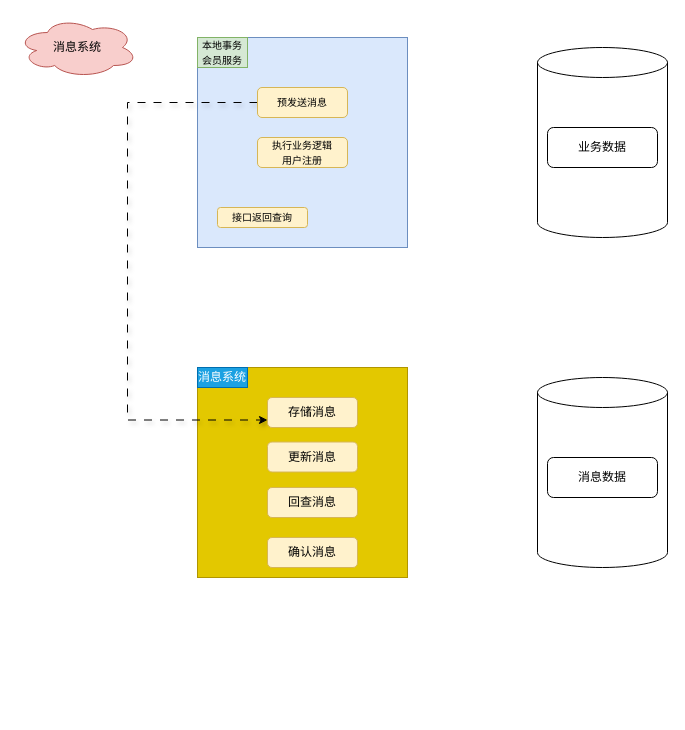
Before: 数据库事务系列05-基于消息系统实现分布式事务的最终一致性.drawio in zhaoqiangithub/draw.io, a draw.io diagram. Source tidied: cells renumbered, new cells numbered last; positions are measured from the earlier drawing's top-left corner, leaving out a move shared by most shapes. Both pictures are drawn from the tidied source at 100%, with x=0, y=0 at pixel (17, 17).
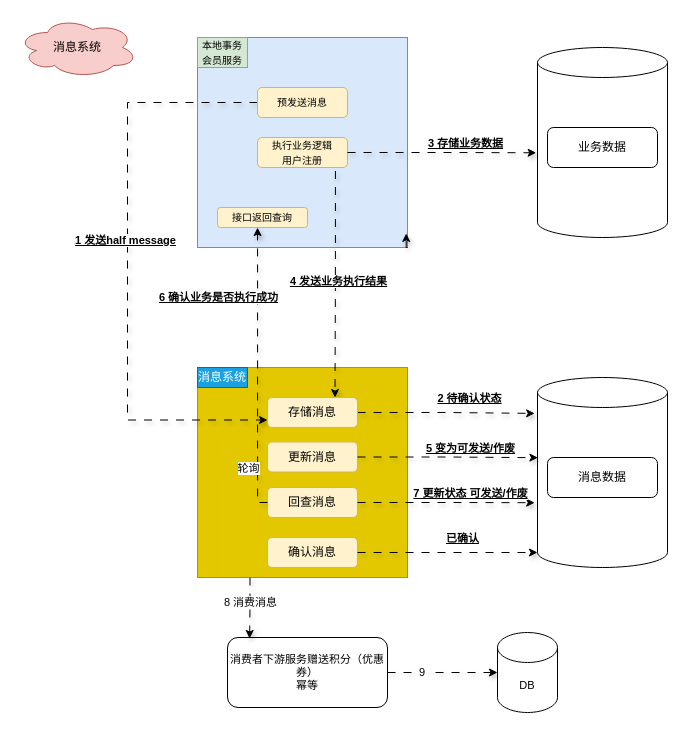
After the change.

Commit message:
完成-更新数据库事务系列05-基于消息系统实现分布式事务的最终一致性.drawio

The change refers to these unchanged cells:
```xml
<mxCell id="3" style="whiteSpace=wrap;html=1;fillColor=#dae8fc;strokeColor=#6c8ebf;" parent="1" vertex="1">
  <mxGeometry x="180" y="20" width="210" height="210" as="geometry" />
</mxCell>
<mxCell id="4" style="whiteSpace=wrap;html=1;fillColor=#e3c800;strokeColor=#B09500;fontColor=#000000;" parent="1" vertex="1">
  <mxGeometry x="180" y="350" width="210" height="210" as="geometry" />
</mxCell>
<mxCell id="6" style="shape=cylinder3;whiteSpace=wrap;html=1;boundedLbl=1;backgroundOutline=1;size=15;" parent="1" vertex="1">
  <mxGeometry x="520" y="30" width="130" height="190" as="geometry" />
</mxCell>
<mxCell id="7" style="edgeStyle=orthogonalEdgeStyle;rounded=0;jettySize=auto;html=1;entryX=0;entryY=0.75;entryDx=0;entryDy=0;exitX=0;exitY=0.5;exitDx=0;exitDy=0;dashed=1;dashPattern=8 8;shadow=1;flowAnimation=1;" parent="1" edge="1" source="8" target="13">
  <mxGeometry relative="1" as="geometry">
    <Array as="points">
      <mxPoint x="110" y="85" />
      <mxPoint x="110" y="403" />
    </Array>
  </mxGeometry>
</mxCell>
<mxCell id="9" value="&lt;font style=&quot;font-size: 10px;&quot;&gt;执行业务逻辑用户注册&lt;/font&gt;" style="rounded=1;whiteSpace=wrap;html=1;fillColor=#fff2cc;strokeColor=#d6b656;spacingLeft=10;spacingRight=10;" parent="1" vertex="1">
  <mxGeometry x="240" y="120" width="90" height="30" as="geometry" />
</mxCell>
<mxCell id="13" value="存储消息" style="rounded=1;whiteSpace=wrap;html=1;fillColor=#fff2cc;strokeColor=#d6b656;" parent="1" vertex="1">
  <mxGeometry x="250" y="380" width="90" height="30" as="geometry" />
</mxCell>
<mxCell id="14" value="更新消息" style="rounded=1;whiteSpace=wrap;html=1;fillColor=#fff2cc;strokeColor=#d6b656;" parent="1" vertex="1">
  <mxGeometry x="250" y="424.5" width="90" height="30" as="geometry" />
</mxCell>
<mxCell id="15" value="回查消息" style="rounded=1;whiteSpace=wrap;html=1;fillColor=#fff2cc;strokeColor=#d6b656;" parent="1" vertex="1">
  <mxGeometry x="250" y="470" width="90" height="30" as="geometry" />
</mxCell>
<mxCell id="16" value="确认消息" style="rounded=1;whiteSpace=wrap;html=1;fillColor=#fff2cc;strokeColor=#d6b656;" parent="1" vertex="1">
  <mxGeometry x="250" y="520" width="90" height="30" as="geometry" />
</mxCell>
<mxCell id="17" style="shape=cylinder3;whiteSpace=wrap;html=1;boundedLbl=1;backgroundOutline=1;size=15;" parent="1" vertex="1">
  <mxGeometry x="520" y="360" width="130" height="190" as="geometry" />
</mxCell>
```

What changed in the source:
```diff
@@
+    <mxCell id="19" value="&lt;b&gt;&lt;u&gt;1 发送half message&lt;/u&gt;&lt;/b&gt;" style="edgeLabel;html=1;align=center;verticalAlign=middle;" parent="7" vertex="1">
+      <mxGeometry x="-0.09" y="-3" relative="1" as="geometry" />
+    </mxCell>
@@
+    <mxCell id="20" style="edgeStyle=orthogonalEdgeStyle;shape=connector;rounded=0;jettySize=auto;html=1;entryX=0.75;entryY=0;entryDx=0;entryDy=0;shadow=1;dashed=1;dashPattern=8 8;strokeColor=default;align=center;verticalAlign=middle;fontFamily=Helvetica;fontSize=11;fontColor=default;labelBackgroundColor=default;endArrow=classic;flowAnimation=1;exitX=0.866;exitY=1.117;exitDx=0;exitDy=0;exitPerimeter=0;" parent="1" edge="1" source="9" target="13">
+      <mxGeometry relative="1" as="geometry" />
+    </mxCell>
+    <mxCell id="21" value="&lt;b&gt;&lt;u&gt;4 发送业务执行结果&lt;/u&gt;&lt;/b&gt;" style="edgeLabel;html=1;align=center;verticalAlign=middle;fontFamily=Helvetica;fontSize=11;fontColor=default;labelBackgroundColor=default;" parent="20" vertex="1">
+      <mxGeometry x="-0.03" y="3" relative="1" as="geometry" />
+    </mxCell>
@@
+    <mxCell id="22" style="edgeStyle=orthogonalEdgeStyle;shape=connector;rounded=0;jettySize=auto;html=1;shadow=1;dashed=1;dashPattern=8 8;strokeColor=default;align=center;verticalAlign=middle;fontFamily=Helvetica;fontSize=11;fontColor=default;labelBackgroundColor=default;endArrow=classic;flowAnimation=1;entryX=-0.022;entryY=0.189;entryDx=0;entryDy=0;entryPerimeter=0;" parent="1" edge="1" source="13" target="17">
+      <mxGeometry relative="1" as="geometry" />
+    </mxCell>
+    <mxCell id="23" value="&lt;b&gt;&lt;u&gt;2 待确认状态&lt;/u&gt;&lt;/b&gt;" style="edgeLabel;html=1;align=center;verticalAlign=middle;fontFamily=Helvetica;fontSize=11;fontColor=default;labelBackgroundColor=default;" parent="22" vertex="1">
+      <mxGeometry x="-0.32" y="-3" relative="1" as="geometry">
+        <mxPoint x="50" y="-18" as="offset" />
+      </mxGeometry>
+    </mxCell>
@@
+    <mxCell id="24" style="edgeStyle=orthogonalEdgeStyle;shape=connector;rounded=0;jettySize=auto;html=1;entryX=-0.01;entryY=0.554;entryDx=0;entryDy=0;entryPerimeter=0;shadow=1;dashed=1;dashPattern=8 8;strokeColor=default;align=center;verticalAlign=middle;fontFamily=Helvetica;fontSize=11;fontColor=default;labelBackgroundColor=default;endArrow=classic;flowAnimation=1;" parent="1" edge="1" source="9" target="6">
+      <mxGeometry relative="1" as="geometry" />
+    </mxCell>
+    <mxCell id="25" value="&lt;b&gt;&lt;u&gt;3 存储业务数据&lt;/u&gt;&lt;/b&gt;" style="edgeLabel;html=1;align=center;verticalAlign=middle;fontFamily=Helvetica;fontSize=11;fontColor=default;labelBackgroundColor=default;" parent="24" vertex="1">
+      <mxGeometry x="0.25" relative="1" as="geometry">
+        <mxPoint y="-10" as="offset" />
+      </mxGeometry>
+    </mxCell>
+    <mxCell id="26" style="edgeStyle=orthogonalEdgeStyle;shape=connector;rounded=0;jettySize=auto;html=1;entryX=0.003;entryY=0.422;entryDx=0;entryDy=0;entryPerimeter=0;shadow=1;dashed=1;dashPattern=8 8;strokeColor=default;align=center;verticalAlign=middle;fontFamily=Helvetica;fontSize=11;fontColor=default;labelBackgroundColor=default;endArrow=classic;flowAnimation=1;" parent="1" edge="1" source="14" target="17">
+      <mxGeometry relative="1" as="geometry" />
+    </mxCell>
+    <mxCell id="27" value="&lt;b&gt;&lt;u&gt;5 变为可发送/作废&lt;/u&gt;&lt;/b&gt;" style="edgeLabel;html=1;align=center;verticalAlign=middle;fontFamily=Helvetica;fontSize=11;fontColor=default;labelBackgroundColor=default;" parent="26" vertex="1">
+      <mxGeometry x="0.25" y="1" relative="1" as="geometry">
+        <mxPoint y="-9" as="offset" />
+      </mxGeometry>
+    </mxCell>
+    <mxCell id="28" style="edgeStyle=orthogonalEdgeStyle;shape=connector;rounded=0;orthogonalLoop=1;jettySize=auto;html=1;exitX=1;exitY=1;exitDx=0;exitDy=0;entryX=0.994;entryY=0.933;entryDx=0;entryDy=0;entryPerimeter=0;shadow=1;dashed=1;dashPattern=8 8;strokeColor=default;align=center;verticalAlign=middle;fontFamily=Helvetica;fontSize=11;fontColor=default;labelBackgroundColor=default;endArrow=classic;flowAnimation=1;" parent="1" edge="1" source="3" target="3">
+      <mxGeometry relative="1" as="geometry" />
+    </mxCell>
+    <mxCell id="29" style="edgeStyle=orthogonalEdgeStyle;shape=connector;rounded=0;jettySize=auto;html=1;entryX=0.286;entryY=0.905;entryDx=0;entryDy=0;entryPerimeter=0;shadow=1;dashed=1;dashPattern=8 8;strokeColor=default;align=center;verticalAlign=middle;fontFamily=Helvetica;fontSize=11;fontColor=default;labelBackgroundColor=default;endArrow=classic;flowAnimation=1;" parent="1" edge="1" source="15" target="3">
+      <mxGeometry relative="1" as="geometry">
+        <Array as="points">
+          <mxPoint x="240" y="485" />
+        </Array>
+      </mxGeometry>
+    </mxCell>
+    <mxCell id="30" value="轮询" style="edgeLabel;html=1;align=center;verticalAlign=middle;fontFamily=Helvetica;fontSize=11;fontColor=default;labelBackgroundColor=default;" parent="29" vertex="1">
+      <mxGeometry x="-0.69" relative="1" as="geometry">
+        <mxPoint x="-10" as="offset" />
+      </mxGeometry>
+    </mxCell>
+    <mxCell id="31" value="&lt;b&gt;&lt;u&gt;6 确认业务是否执行成功&lt;/u&gt;&lt;/b&gt;" style="edgeLabel;html=1;align=center;verticalAlign=middle;fontFamily=Helvetica;fontSize=11;fontColor=default;labelBackgroundColor=default;" parent="29" vertex="1">
+      <mxGeometry x="0.51" y="2" relative="1" as="geometry">
+        <mxPoint x="-38" as="offset" />
+      </mxGeometry>
+    </mxCell>
+    <mxCell id="32" style="edgeStyle=orthogonalEdgeStyle;shape=connector;rounded=0;jettySize=auto;html=1;entryX=-0.022;entryY=0.659;entryDx=0;entryDy=0;entryPerimeter=0;shadow=1;dashed=1;dashPattern=8 8;strokeColor=default;align=center;verticalAlign=middle;fontFamily=Helvetica;fontSize=11;fontColor=default;labelBackgroundColor=default;endArrow=classic;flowAnimation=1;" parent="1" edge="1" source="15" target="17">
+      <mxGeometry relative="1" as="geometry" />
+    </mxCell>
+    <mxCell id="33" value="&lt;b&gt;&lt;u&gt;7 更新状态 可发送/作废&lt;/u&gt;&lt;/b&gt;" style="edgeLabel;html=1;align=center;verticalAlign=middle;fontFamily=Helvetica;fontSize=11;fontColor=default;labelBackgroundColor=default;" parent="32" vertex="1">
+      <mxGeometry x="-0.08" y="2" relative="1" as="geometry">
+        <mxPoint x="30" y="-8" as="offset" />
+      </mxGeometry>
+    </mxCell>
+    <mxCell id="34" style="edgeStyle=orthogonalEdgeStyle;shape=connector;rounded=0;jettySize=auto;html=1;entryX=0;entryY=1;entryDx=0;entryDy=-15;entryPerimeter=0;shadow=1;dashed=1;dashPattern=8 8;strokeColor=default;align=center;verticalAlign=middle;fontFamily=Helvetica;fontSize=11;fontColor=default;labelBackgroundColor=default;endArrow=classic;flowAnimation=1;" parent="1" edge="1" source="16" target="17">
+      <mxGeometry relative="1" as="geometry" />
+    </mxCell>
+    <mxCell id="35" value="&lt;b&gt;&lt;u&gt;已确认&lt;/u&gt;&lt;/b&gt;" style="edgeLabel;html=1;align=center;verticalAlign=middle;fontFamily=Helvetica;fontSize=11;fontColor=default;labelBackgroundColor=default;" parent="34" vertex="1">
+      <mxGeometry x="0.16" y="-2" relative="1" as="geometry">
+        <mxPoint y="-17" as="offset" />
+      </mxGeometry>
+    </mxCell>
+    <mxCell id="36" style="edgeStyle=orthogonalEdgeStyle;shape=connector;rounded=0;jettySize=auto;html=1;shadow=1;dashed=1;dashPattern=8 8;strokeColor=default;align=center;verticalAlign=middle;fontFamily=Helvetica;fontSize=11;fontColor=default;labelBackgroundColor=default;endArrow=classic;flowAnimation=1;" parent="1" edge="1" source="38" target="41">
+      <mxGeometry relative="1" as="geometry" />
+    </mxCell>
+    <mxCell id="37" value="9&amp;nbsp;" style="edgeLabel;html=1;align=center;verticalAlign=middle;fontFamily=Helvetica;fontSize=11;fontColor=default;labelBackgroundColor=default;" parent="36" vertex="1">
+      <mxGeometry x="-0.37" y="1" relative="1" as="geometry" />
+    </mxCell>
+    <mxCell id="38" value="消费者下游服务赠送积分（优惠券）&lt;div&gt;幂等&lt;/div&gt;" style="rounded=1;whiteSpace=wrap;html=1;fontFamily=Helvetica;fontSize=11;fontColor=default;labelBackgroundColor=default;" parent="1" vertex="1">
+      <mxGeometry x="210" y="620" width="160" height="70" as="geometry" />
+    </mxCell>
+    <mxCell id="39" style="edgeStyle=orthogonalEdgeStyle;shape=connector;rounded=0;jettySize=auto;html=1;exitX=0.25;exitY=1;exitDx=0;exitDy=0;entryX=0.138;entryY=0.014;entryDx=0;entryDy=0;entryPerimeter=0;shadow=1;dashed=1;dashPattern=8 8;strokeColor=default;align=center;verticalAlign=middle;fontFamily=Helvetica;fontSize=11;fontColor=default;labelBackgroundColor=default;endArrow=classic;flowAnimation=1;" parent="1" edge="1" source="4" target="38">
+      <mxGeometry relative="1" as="geometry" />
+    </mxCell>
+    <mxCell id="40" value="8 消费消息" style="edgeLabel;html=1;align=center;verticalAlign=middle;fontFamily=Helvetica;fontSize=11;fontColor=default;labelBackgroundColor=default;" parent="39" vertex="1">
+      <mxGeometry x="-0.23" relative="1" as="geometry" />
+    </mxCell>
+    <mxCell id="41" value="DB" style="shape=cylinder3;whiteSpace=wrap;html=1;boundedLbl=1;backgroundOutline=1;size=15;fontFamily=Helvetica;fontSize=11;fontColor=default;labelBackgroundColor=default;" parent="1" vertex="1">
+      <mxGeometry x="480" y="615" width="60" height="80" as="geometry" />
+    </mxCell>
```
